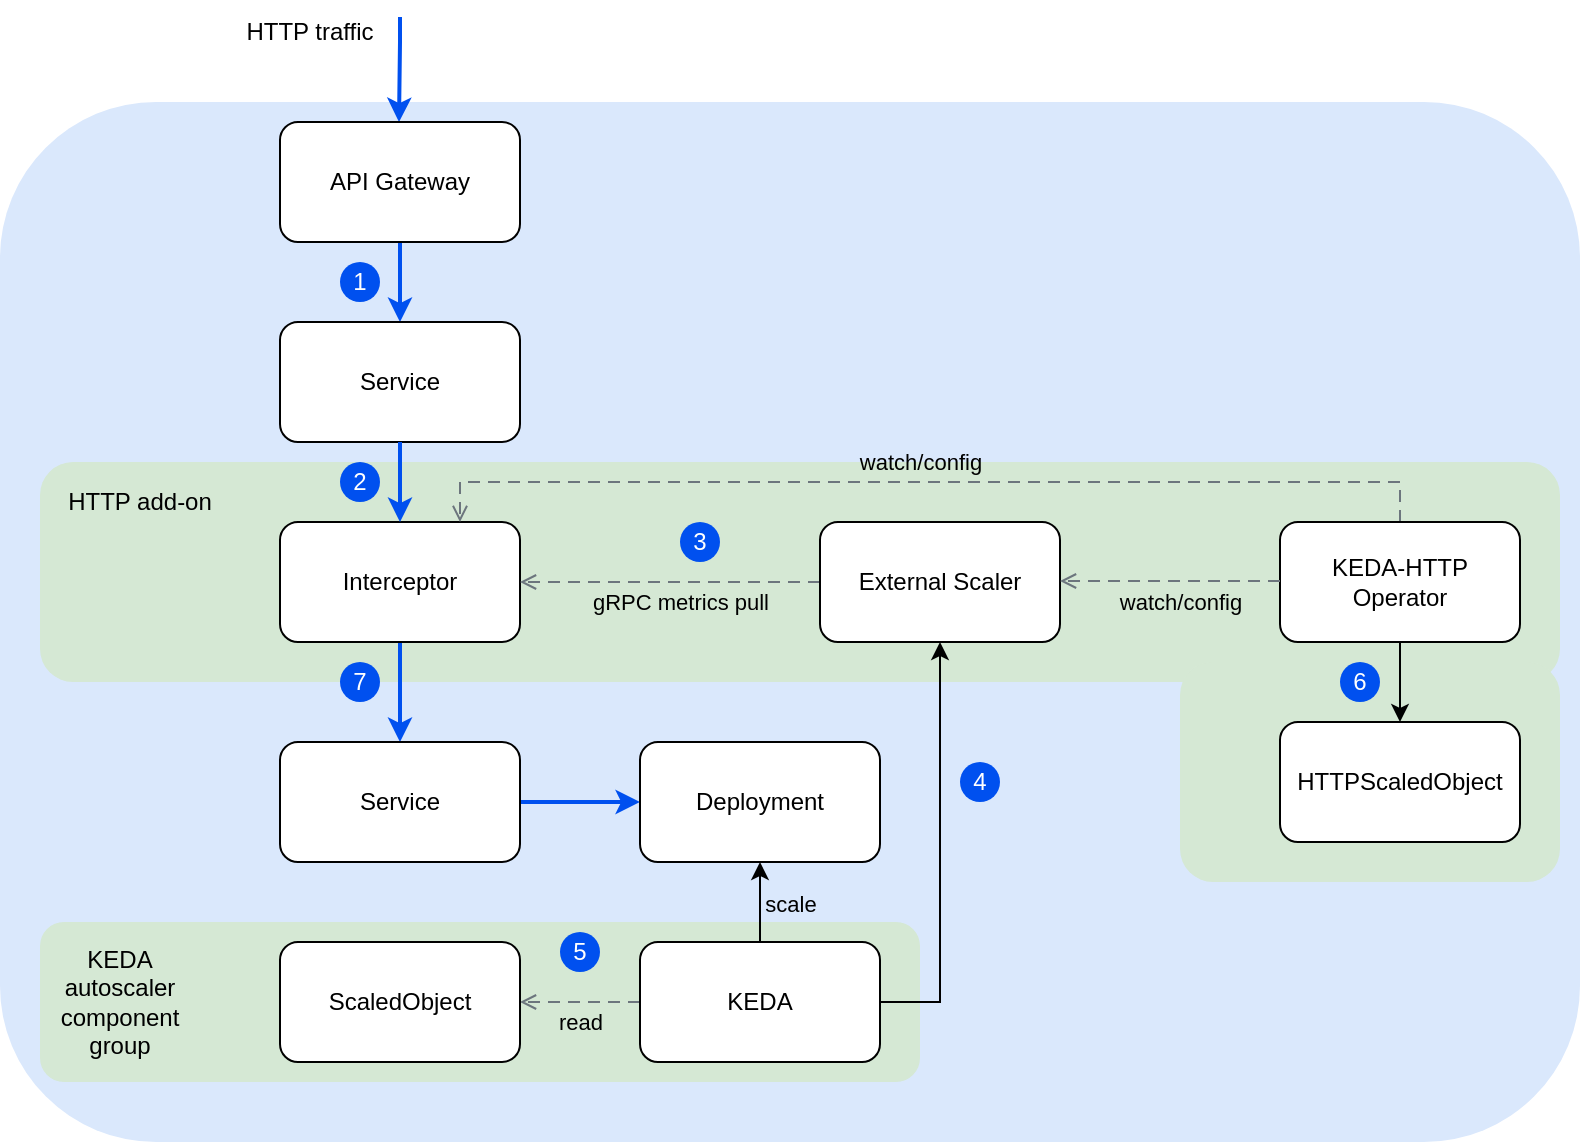
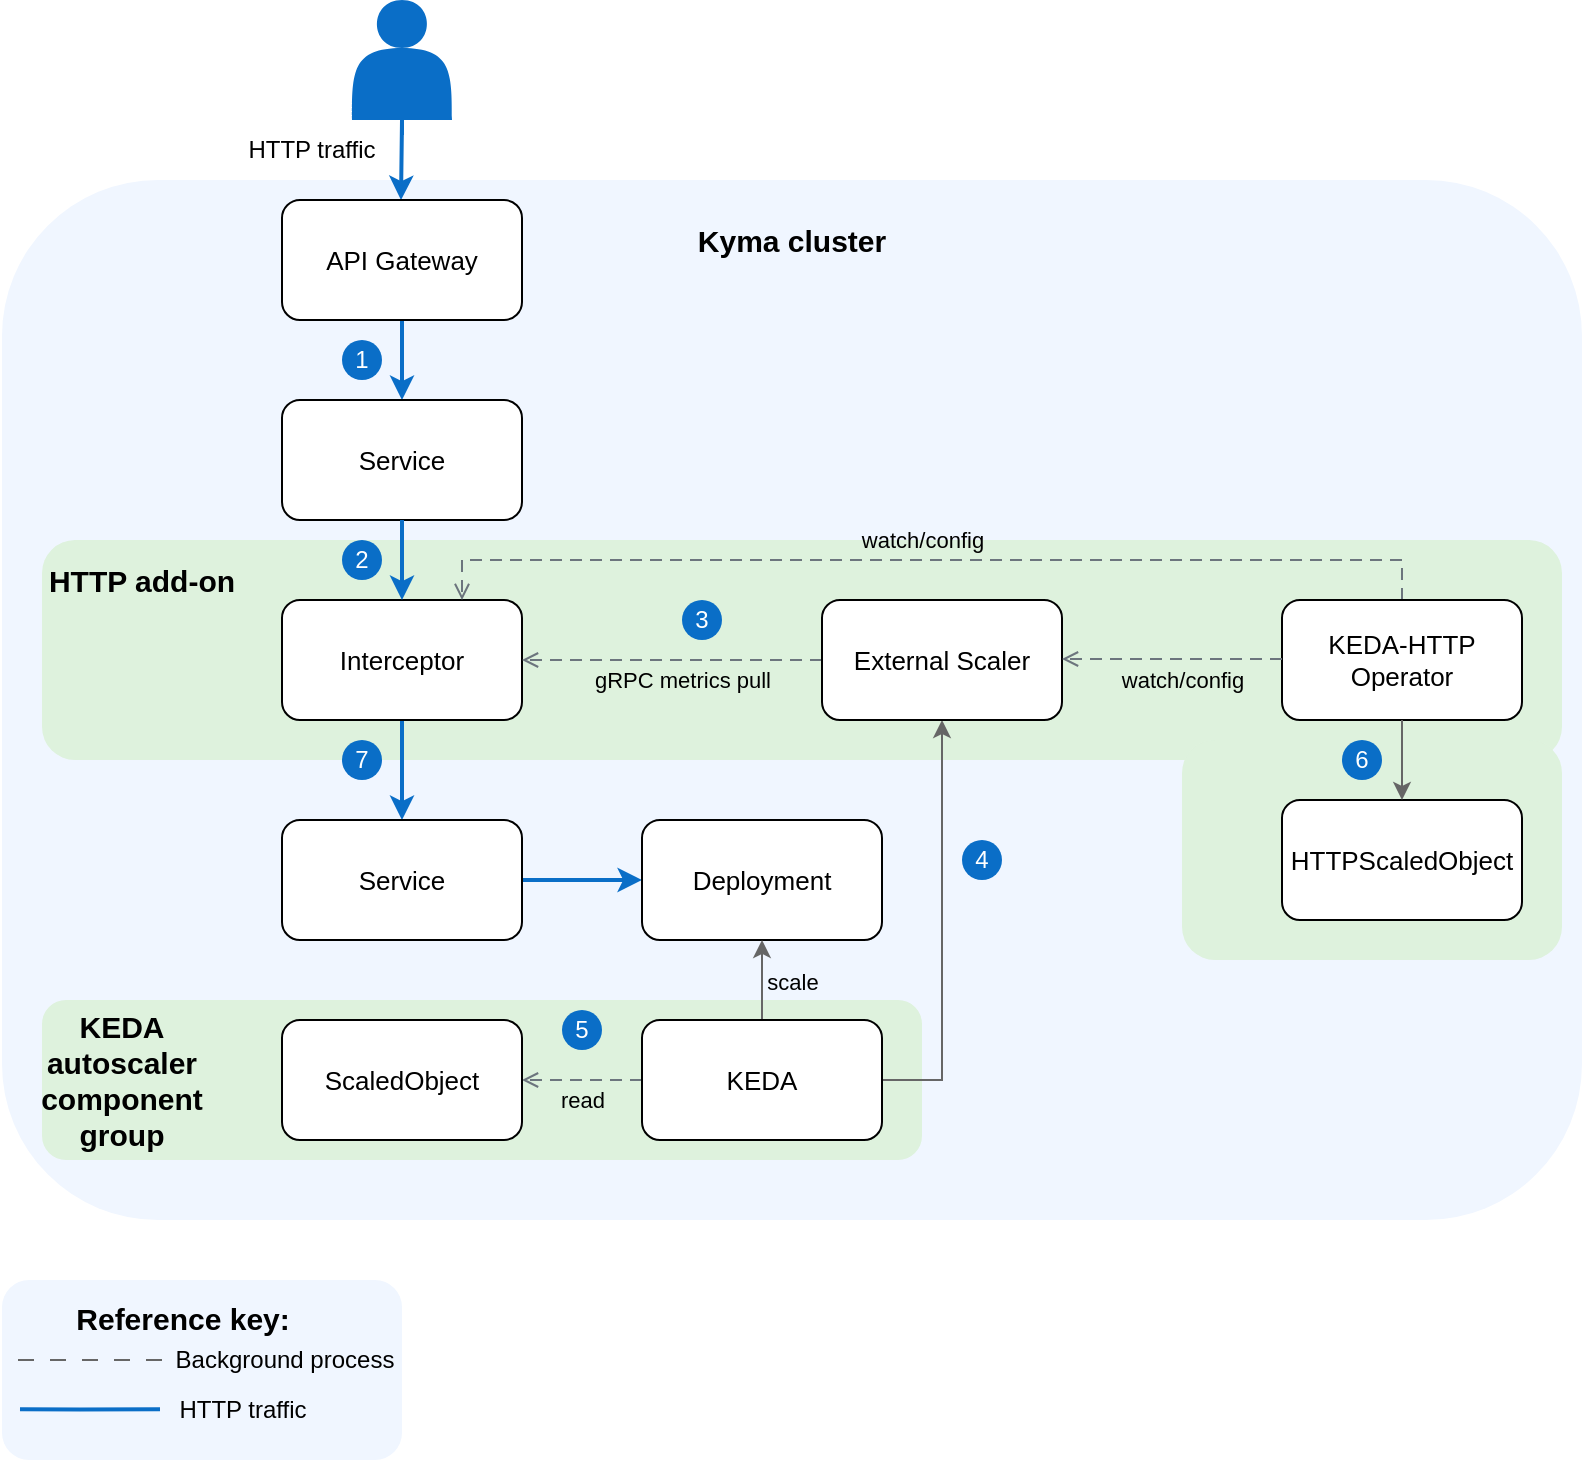
<mxfile host="app.diagrams.net" agent="Mozilla/5.0 (Macintosh; Intel Mac OS X 10_15_7) AppleWebKit/537.36 (KHTML, like Gecko) Chrome/146.0.0.0 Safari/537.36">
  <diagram name="Strona-1" id="PCwKYs7Am_7MhhhAlRCN">
-     <mxGraphModel dx="1222" dy="743" grid="1" gridSize="10" guides="1" tooltips="1" connect="1" arrows="1" fold="1" page="1" pageScale="1" pageWidth="827" pageHeight="1169" background="light-dark(#FFFFFF,#FFFFFF)" math="0" shadow="0">
+     <mxGraphModel dx="1278" dy="782" grid="1" gridSize="10" guides="1" tooltips="1" connect="1" arrows="1" fold="1" page="1" pageScale="1" pageWidth="827" pageHeight="1169" background="light-dark(#FFFFFF,#FFFFFF)" math="0" shadow="0">
      <root>
        <mxCell id="0" />
        <mxCell id="1" parent="0" />
-         <mxCell id="-FwIGx8wEyZmMaV0u51Y-1" parent="1" style="rounded=1;whiteSpace=wrap;html=1;strokeColor=none;fillColor=#dae8fc;" value="" vertex="1">
+         <mxCell id="-FwIGx8wEyZmMaV0u51Y-1" parent="1" style="rounded=1;whiteSpace=wrap;html=1;strokeColor=none;fillColor=#F0F6FF;" value="" vertex="1">
          <mxGeometry height="520" width="790" x="370" y="150" as="geometry" />
        </mxCell>
-         <mxCell id="-FwIGx8wEyZmMaV0u51Y-2" edge="1" parent="1" source="-FwIGx8wEyZmMaV0u51Y-3" style="edgeStyle=orthogonalEdgeStyle;rounded=0;orthogonalLoop=1;jettySize=auto;html=1;endArrow=classic;strokeWidth=2;strokeColor=#0050ef;exitX=1;exitY=0.25;exitDx=0;exitDy=0;" value="">
+         <mxCell id="-FwIGx8wEyZmMaV0u51Y-2" edge="1" parent="1" source="-FwIGx8wEyZmMaV0u51Y-3" style="edgeStyle=orthogonalEdgeStyle;rounded=0;orthogonalLoop=1;jettySize=auto;html=1;endArrow=classic;strokeWidth=2;strokeColor=#0A6EC7;exitX=1;exitY=0.25;exitDx=0;exitDy=0;" value="">
          <mxGeometry height="50" relative="1" width="50" as="geometry">
            <Array as="points">
              <mxPoint x="570" y="120" />
            </Array>
            <mxPoint x="570" y="80" as="sourcePoint" />
            <mxPoint x="569.5" y="160" as="targetPoint" />
          </mxGeometry>
        </mxCell>
        <mxCell id="-FwIGx8wEyZmMaV0u51Y-3" parent="1" style="text;html=1;whiteSpace=wrap;strokeColor=none;fillColor=none;align=center;verticalAlign=middle;rounded=0;" value="HTTP traffic" vertex="1">
-           <mxGeometry height="30" width="90" x="480" y="100" as="geometry" />
-         </mxCell>
-         <mxCell id="-FwIGx8wEyZmMaV0u51Y-6" edge="1" parent="1" source="-FwIGx8wEyZmMaV0u51Y-4" style="edgeStyle=orthogonalEdgeStyle;rounded=0;orthogonalLoop=1;jettySize=auto;html=1;endArrow=classic;strokeWidth=2;strokeColor=#0050ef;" target="-FwIGx8wEyZmMaV0u51Y-5" value="">
-           <mxGeometry relative="1" as="geometry" />
-         </mxCell>
-         <mxCell id="-FwIGx8wEyZmMaV0u51Y-4" parent="1" style="rounded=1;whiteSpace=wrap;html=1;" value="API Gateway" vertex="1">
+           <mxGeometry height="30" width="90" x="480" y="120" as="geometry" />
+         </mxCell>
+         <mxCell id="-FwIGx8wEyZmMaV0u51Y-6" edge="1" parent="1" source="-FwIGx8wEyZmMaV0u51Y-4" style="edgeStyle=orthogonalEdgeStyle;rounded=0;orthogonalLoop=1;jettySize=auto;html=1;endArrow=classic;strokeWidth=2;strokeColor=#0A6EC7;" target="-FwIGx8wEyZmMaV0u51Y-5" value="">
+           <mxGeometry relative="1" as="geometry" />
+         </mxCell>
+         <mxCell id="-FwIGx8wEyZmMaV0u51Y-4" parent="1" style="rounded=1;whiteSpace=wrap;html=1;fontSize=13;" value="API Gateway" vertex="1">
          <mxGeometry height="60" width="120" x="510" y="160" as="geometry" />
        </mxCell>
-         <mxCell id="-FwIGx8wEyZmMaV0u51Y-5" parent="1" style="whiteSpace=wrap;html=1;rounded=1;" value="Service" vertex="1">
+         <mxCell id="-FwIGx8wEyZmMaV0u51Y-5" parent="1" style="whiteSpace=wrap;html=1;rounded=1;fontSize=13;" value="Service" vertex="1">
          <mxGeometry height="60" width="120" x="510" y="260" as="geometry" />
        </mxCell>
-         <mxCell id="Bv20FZ85d_FOa0_xKQUy-4" parent="1" style="rounded=1;whiteSpace=wrap;html=1;fillColor=#d5e8d4;strokeColor=none;imageAspect=1;backgroundOutline=0;" value="" vertex="1">
+         <mxCell id="Bv20FZ85d_FOa0_xKQUy-4" parent="1" style="rounded=1;whiteSpace=wrap;html=1;fillColor=#DEF2DD;strokeColor=none;imageAspect=1;backgroundOutline=0;" value="" vertex="1">
          <mxGeometry height="110" width="760" x="390" y="330" as="geometry" />
        </mxCell>
-         <mxCell id="Bv20FZ85d_FOa0_xKQUy-5" parent="1" style="text;html=1;whiteSpace=wrap;strokeColor=none;fillColor=none;align=center;verticalAlign=middle;rounded=0;" value="HTTP add-on" vertex="1">
+         <mxCell id="Bv20FZ85d_FOa0_xKQUy-5" parent="1" style="text;html=1;whiteSpace=wrap;strokeColor=none;fillColor=none;align=center;verticalAlign=middle;rounded=0;fontSize=15;fontStyle=1" value="HTTP add-on" vertex="1">
          <mxGeometry height="20" width="110" x="385" y="340" as="geometry" />
        </mxCell>
-         <mxCell id="-FwIGx8wEyZmMaV0u51Y-10" edge="1" parent="1" source="-FwIGx8wEyZmMaV0u51Y-7" style="edgeStyle=orthogonalEdgeStyle;rounded=0;orthogonalLoop=1;jettySize=auto;html=1;endArrow=classic;strokeWidth=2;strokeColor=#0050ef;" target="-FwIGx8wEyZmMaV0u51Y-9" value="">
-           <mxGeometry relative="1" as="geometry" />
-         </mxCell>
-         <mxCell id="-FwIGx8wEyZmMaV0u51Y-7" parent="1" style="whiteSpace=wrap;html=1;rounded=1;" value="Interceptor" vertex="1">
+         <mxCell id="-FwIGx8wEyZmMaV0u51Y-10" edge="1" parent="1" source="-FwIGx8wEyZmMaV0u51Y-7" style="edgeStyle=orthogonalEdgeStyle;rounded=0;orthogonalLoop=1;jettySize=auto;html=1;endArrow=classic;strokeWidth=2;strokeColor=#0A6EC7;" target="-FwIGx8wEyZmMaV0u51Y-9" value="">
+           <mxGeometry relative="1" as="geometry" />
+         </mxCell>
+         <mxCell id="-FwIGx8wEyZmMaV0u51Y-7" parent="1" style="whiteSpace=wrap;html=1;rounded=1;fontSize=13;" value="Interceptor" vertex="1">
          <mxGeometry height="60" width="120" x="510" y="360" as="geometry" />
        </mxCell>
-         <mxCell id="-FwIGx8wEyZmMaV0u51Y-12" edge="1" parent="1" source="-FwIGx8wEyZmMaV0u51Y-9" style="edgeStyle=orthogonalEdgeStyle;rounded=0;orthogonalLoop=1;jettySize=auto;html=1;endArrow=classic;strokeWidth=2;strokeColor=#0050ef;" target="-FwIGx8wEyZmMaV0u51Y-11" value="">
-           <mxGeometry relative="1" as="geometry" />
-         </mxCell>
-         <mxCell id="-FwIGx8wEyZmMaV0u51Y-9" parent="1" style="whiteSpace=wrap;html=1;rounded=1;" value="Service" vertex="1">
+         <mxCell id="-FwIGx8wEyZmMaV0u51Y-12" edge="1" parent="1" source="-FwIGx8wEyZmMaV0u51Y-9" style="edgeStyle=orthogonalEdgeStyle;rounded=0;orthogonalLoop=1;jettySize=auto;html=1;endArrow=classic;strokeWidth=2;strokeColor=#0A6EC7;" target="-FwIGx8wEyZmMaV0u51Y-11" value="">
+           <mxGeometry relative="1" as="geometry" />
+         </mxCell>
+         <mxCell id="-FwIGx8wEyZmMaV0u51Y-9" parent="1" style="whiteSpace=wrap;html=1;rounded=1;fontSize=13;" value="Service" vertex="1">
          <mxGeometry height="60" width="120" x="510" y="470" as="geometry" />
        </mxCell>
-         <mxCell id="-FwIGx8wEyZmMaV0u51Y-11" parent="1" style="whiteSpace=wrap;html=1;rounded=1;" value="Deployment" vertex="1">
+         <mxCell id="-FwIGx8wEyZmMaV0u51Y-11" parent="1" style="whiteSpace=wrap;html=1;rounded=1;fontSize=13;" value="Deployment" vertex="1">
          <mxGeometry height="60" width="120" x="690" y="470" as="geometry" />
        </mxCell>
-         <mxCell id="-FwIGx8wEyZmMaV0u51Y-13" parent="1" style="rounded=1;whiteSpace=wrap;html=1;fillColor=#d5e8d4;strokeColor=none;imageAspect=1;backgroundOutline=0;" value="" vertex="1">
+         <mxCell id="-FwIGx8wEyZmMaV0u51Y-13" parent="1" style="rounded=1;whiteSpace=wrap;html=1;fillColor=#DEF2DD;strokeColor=none;imageAspect=1;backgroundOutline=0;" value="" vertex="1">
          <mxGeometry height="80" width="440" x="390" y="560" as="geometry" />
        </mxCell>
-         <mxCell id="-FwIGx8wEyZmMaV0u51Y-14" parent="1" style="text;html=1;whiteSpace=wrap;strokeColor=none;fillColor=none;align=center;verticalAlign=middle;rounded=0;" value="KEDA autoscaler component group" vertex="1">
+         <mxCell id="-FwIGx8wEyZmMaV0u51Y-14" parent="1" style="text;html=1;whiteSpace=wrap;strokeColor=none;fillColor=none;align=center;verticalAlign=middle;rounded=0;fontSize=15;fontStyle=1" value="KEDA autoscaler component group" vertex="1">
          <mxGeometry height="30" width="60" x="400" y="585" as="geometry" />
        </mxCell>
-         <mxCell id="-FwIGx8wEyZmMaV0u51Y-17" edge="1" parent="1" source="-FwIGx8wEyZmMaV0u51Y-15" style="edgeStyle=orthogonalEdgeStyle;rounded=0;orthogonalLoop=1;jettySize=auto;html=1;" target="-FwIGx8wEyZmMaV0u51Y-11" value="">
+         <mxCell id="-FwIGx8wEyZmMaV0u51Y-17" edge="1" parent="1" source="-FwIGx8wEyZmMaV0u51Y-15" style="edgeStyle=orthogonalEdgeStyle;rounded=0;orthogonalLoop=1;jettySize=auto;html=1;strokeColor=#666666;" target="-FwIGx8wEyZmMaV0u51Y-11" value="">
          <mxGeometry relative="1" as="geometry" />
        </mxCell>
        <mxCell id="lSEiP_iodcMeooCggjgw-21" connectable="0" parent="-FwIGx8wEyZmMaV0u51Y-17" style="edgeLabel;html=1;align=center;verticalAlign=middle;resizable=0;points=[];labelBackgroundColor=none;" value="scale" vertex="1">
          <mxGeometry relative="1" x="-0.05" y="-1" as="geometry">
            <mxPoint x="14" as="offset" />
          </mxGeometry>
        </mxCell>
        <mxCell id="-FwIGx8wEyZmMaV0u51Y-18" edge="1" parent="1" source="-FwIGx8wEyZmMaV0u51Y-15" style="edgeStyle=orthogonalEdgeStyle;rounded=0;orthogonalLoop=1;jettySize=auto;html=1;dashed=1;dashPattern=6 4;strokeColor=light-dark(#6c757d, #ededed);endArrow=open;endFill=0;" target="-FwIGx8wEyZmMaV0u51Y-16" value="">
          <mxGeometry relative="1" as="geometry" />
        </mxCell>
        <mxCell id="lSEiP_iodcMeooCggjgw-20" connectable="0" parent="-FwIGx8wEyZmMaV0u51Y-18" style="edgeLabel;html=1;align=center;verticalAlign=middle;resizable=0;points=[];labelBackgroundColor=none;" value="read" vertex="1">
          <mxGeometry relative="1" x="0.0111" y="-1" as="geometry">
            <mxPoint y="11" as="offset" />
          </mxGeometry>
        </mxCell>
-         <mxCell id="-FwIGx8wEyZmMaV0u51Y-26" edge="1" parent="1" style="edgeStyle=orthogonalEdgeStyle;rounded=0;orthogonalLoop=1;jettySize=auto;html=1;" target="-FwIGx8wEyZmMaV0u51Y-23" value="">
+         <mxCell id="-FwIGx8wEyZmMaV0u51Y-26" edge="1" parent="1" style="edgeStyle=orthogonalEdgeStyle;rounded=0;orthogonalLoop=1;jettySize=auto;html=1;strokeColor=#666666;" target="-FwIGx8wEyZmMaV0u51Y-23" value="">
          <mxGeometry relative="1" as="geometry">
            <Array as="points">
              <mxPoint x="840" y="600" />
            </Array>
            <mxPoint x="780" y="600" as="sourcePoint" />
            <mxPoint x="900" y="450" as="targetPoint" />
          </mxGeometry>
        </mxCell>
-         <mxCell id="-FwIGx8wEyZmMaV0u51Y-15" parent="1" style="rounded=1;whiteSpace=wrap;html=1;" value="KEDA" vertex="1">
+         <mxCell id="-FwIGx8wEyZmMaV0u51Y-15" parent="1" style="rounded=1;whiteSpace=wrap;html=1;fontSize=13;" value="KEDA" vertex="1">
          <mxGeometry height="60" width="120" x="690" y="570" as="geometry" />
        </mxCell>
-         <mxCell id="-FwIGx8wEyZmMaV0u51Y-16" parent="1" style="rounded=1;whiteSpace=wrap;html=1;" value="ScaledObject" vertex="1">
+         <mxCell id="-FwIGx8wEyZmMaV0u51Y-16" parent="1" style="rounded=1;whiteSpace=wrap;html=1;fontSize=13;" value="ScaledObject" vertex="1">
          <mxGeometry height="60" width="120" x="510" y="570" as="geometry" />
        </mxCell>
        <mxCell id="-FwIGx8wEyZmMaV0u51Y-21" edge="1" parent="1" style="edgeStyle=orthogonalEdgeStyle;rounded=0;orthogonalLoop=1;jettySize=auto;html=1;dashed=1;dashPattern=6 4;strokeColor=#6c757d;strokeWidth=1;endArrow=open;entryX=0.75;entryY=0;entryDx=0;entryDy=0;labelBackgroundColor=none;" target="-FwIGx8wEyZmMaV0u51Y-7" value="watch/config">
          <mxGeometry relative="1" x="0.0196" y="-10" as="geometry">
            <mxPoint as="offset" />
            <Array as="points">
              <mxPoint x="1070" y="340" />
              <mxPoint x="600" y="340" />
            </Array>
            <mxPoint x="1070" y="360" as="sourcePoint" />
            <mxPoint x="680" y="340" as="targetPoint" />
          </mxGeometry>
        </mxCell>
-         <mxCell id="-FwIGx8wEyZmMaV0u51Y-19" parent="1" style="rounded=1;whiteSpace=wrap;html=1;" value="KEDA-HTTP&lt;br&gt;Operator" vertex="1">
+         <mxCell id="-FwIGx8wEyZmMaV0u51Y-19" parent="1" style="rounded=1;whiteSpace=wrap;html=1;fontSize=13;" value="KEDA-HTTP&lt;br&gt;Operator" vertex="1">
          <mxGeometry height="60" width="120" x="1010" y="360" as="geometry" />
        </mxCell>
        <mxCell id="-FwIGx8wEyZmMaV0u51Y-24" edge="1" parent="1" source="-FwIGx8wEyZmMaV0u51Y-23" style="edgeStyle=orthogonalEdgeStyle;rounded=0;orthogonalLoop=1;jettySize=auto;html=1;dashed=1;dashPattern=6 4;strokeColor=#6c757d;strokeWidth=1;endArrow=open;entryX=1;entryY=0.5;entryDx=0;entryDy=0;fontColor=default;labelBackgroundColor=none;" target="-FwIGx8wEyZmMaV0u51Y-7" value="gRPC metrics pull">
          <mxGeometry relative="1" x="-0.0667" y="10" as="geometry">
            <mxPoint as="offset" />
          </mxGeometry>
        </mxCell>
-         <mxCell id="-FwIGx8wEyZmMaV0u51Y-23" parent="1" style="rounded=1;whiteSpace=wrap;html=1;" value="External Scaler" vertex="1">
+         <mxCell id="-FwIGx8wEyZmMaV0u51Y-23" parent="1" style="rounded=1;whiteSpace=wrap;html=1;fontSize=13;" value="External Scaler" vertex="1">
          <mxGeometry height="60" width="120" x="780" y="360" as="geometry" />
        </mxCell>
-         <mxCell id="-FwIGx8wEyZmMaV0u51Y-30" parent="1" style="ellipse;whiteSpace=wrap;html=1;aspect=fixed;fillColor=#0050ef;fontColor=#ffffff;strokeColor=none;" value="1" vertex="1">
+         <mxCell id="-FwIGx8wEyZmMaV0u51Y-30" parent="1" style="ellipse;whiteSpace=wrap;html=1;aspect=fixed;fillColor=#0A6EC7;fontColor=#ffffff;strokeColor=none;" value="1" vertex="1">
          <mxGeometry height="20" width="20" x="540" y="230" as="geometry" />
        </mxCell>
-         <mxCell id="-FwIGx8wEyZmMaV0u51Y-32" parent="1" style="ellipse;whiteSpace=wrap;html=1;aspect=fixed;fillColor=#0050ef;fontColor=#ffffff;strokeColor=none;" value="2" vertex="1">
+         <mxCell id="-FwIGx8wEyZmMaV0u51Y-32" parent="1" style="ellipse;whiteSpace=wrap;html=1;aspect=fixed;fillColor=#0A6EC7;fontColor=#ffffff;strokeColor=none;" value="2" vertex="1">
          <mxGeometry height="20" width="20" x="540" y="330" as="geometry" />
        </mxCell>
-         <mxCell id="-FwIGx8wEyZmMaV0u51Y-33" parent="1" style="ellipse;whiteSpace=wrap;html=1;aspect=fixed;fillColor=#0050ef;fontColor=#ffffff;strokeColor=none;" value="7" vertex="1">
+         <mxCell id="-FwIGx8wEyZmMaV0u51Y-33" parent="1" style="ellipse;whiteSpace=wrap;html=1;aspect=fixed;fillColor=#0A6EC7;fontColor=#ffffff;strokeColor=none;" value="7" vertex="1">
          <mxGeometry height="20" width="20" x="540" y="430" as="geometry" />
        </mxCell>
-         <mxCell id="-FwIGx8wEyZmMaV0u51Y-35" parent="1" style="ellipse;whiteSpace=wrap;html=1;aspect=fixed;fillColor=#0050ef;fontColor=#ffffff;strokeColor=none;" value="3" vertex="1">
+         <mxCell id="-FwIGx8wEyZmMaV0u51Y-35" parent="1" style="ellipse;whiteSpace=wrap;html=1;aspect=fixed;fillColor=#0A6EC7;fontColor=#ffffff;strokeColor=none;" value="3" vertex="1">
          <mxGeometry height="20" width="20" x="710" y="360" as="geometry" />
        </mxCell>
-         <mxCell id="-FwIGx8wEyZmMaV0u51Y-37" parent="1" style="ellipse;whiteSpace=wrap;html=1;aspect=fixed;fillColor=#0050ef;fontColor=#ffffff;strokeColor=none;" value="5" vertex="1">
+         <mxCell id="-FwIGx8wEyZmMaV0u51Y-37" parent="1" style="ellipse;whiteSpace=wrap;html=1;aspect=fixed;fillColor=#0A6EC7;fontColor=#ffffff;strokeColor=none;" value="5" vertex="1">
          <mxGeometry height="20" width="20" x="650" y="565" as="geometry" />
        </mxCell>
-         <mxCell id="-FwIGx8wEyZmMaV0u51Y-38" parent="1" style="ellipse;whiteSpace=wrap;html=1;aspect=fixed;fillColor=#0050ef;fontColor=#ffffff;strokeColor=none;" value="4" vertex="1">
+         <mxCell id="-FwIGx8wEyZmMaV0u51Y-38" parent="1" style="ellipse;whiteSpace=wrap;html=1;aspect=fixed;fillColor=#0A6EC7;fontColor=#ffffff;strokeColor=none;" value="4" vertex="1">
          <mxGeometry height="20" width="20" x="850" y="480" as="geometry" />
        </mxCell>
        <mxCell id="Bv20FZ85d_FOa0_xKQUy-3" edge="1" parent="1" style="edgeStyle=orthogonalEdgeStyle;rounded=0;orthogonalLoop=1;jettySize=auto;dashed=1;dashPattern=6 4;strokeColor=#6c757d;strokeWidth=1;endArrow=open;labelBackgroundColor=none;html=1;labelBorderColor=none;" value="watch/config">
          <mxGeometry relative="1" x="-0.0909" y="10" as="geometry">
            <mxPoint as="offset" />
            <Array as="points">
              <mxPoint x="1010" y="389.5" />
              <mxPoint x="1010" y="389.5" />
            </Array>
            <mxPoint x="1010" y="389.5" as="sourcePoint" />
            <mxPoint x="900" y="389.5" as="targetPoint" />
          </mxGeometry>
        </mxCell>
-         <mxCell id="lSEiP_iodcMeooCggjgw-8" parent="1" style="rounded=1;whiteSpace=wrap;html=1;fillColor=#d5e8d4;strokeColor=none;" value="" vertex="1">
+         <mxCell id="lSEiP_iodcMeooCggjgw-8" parent="1" style="rounded=1;whiteSpace=wrap;html=1;fillColor=#DEF2DD;strokeColor=none;" value="" vertex="1">
          <mxGeometry height="110" width="190" x="960" y="430" as="geometry" />
        </mxCell>
-         <mxCell id="lSEiP_iodcMeooCggjgw-9" parent="1" style="rounded=1;whiteSpace=wrap;html=1;" value="HTTPScaledObject" vertex="1">
+         <mxCell id="lSEiP_iodcMeooCggjgw-9" parent="1" style="rounded=1;whiteSpace=wrap;html=1;fontSize=13;" value="HTTPScaledObject" vertex="1">
          <mxGeometry height="60" width="120" x="1010" y="460" as="geometry" />
        </mxCell>
-         <mxCell id="lSEiP_iodcMeooCggjgw-13" parent="1" style="ellipse;whiteSpace=wrap;html=1;aspect=fixed;fillColor=#0050ef;fontColor=#ffffff;strokeColor=none;" value="6" vertex="1">
+         <mxCell id="lSEiP_iodcMeooCggjgw-13" parent="1" style="ellipse;whiteSpace=wrap;html=1;aspect=fixed;fillColor=#0A6EC7;fontColor=#ffffff;strokeColor=none;" value="6" vertex="1">
          <mxGeometry height="20" width="20" x="1040" y="430" as="geometry" />
        </mxCell>
-         <mxCell id="lSEiP_iodcMeooCggjgw-15" edge="1" parent="1" source="-FwIGx8wEyZmMaV0u51Y-19" style="endArrow=classic;html=1;rounded=0;entryX=0.5;entryY=0;entryDx=0;entryDy=0;exitX=0.5;exitY=1;exitDx=0;exitDy=0;" target="lSEiP_iodcMeooCggjgw-9" value="">
+         <mxCell id="lSEiP_iodcMeooCggjgw-15" edge="1" parent="1" source="-FwIGx8wEyZmMaV0u51Y-19" style="endArrow=classic;html=1;rounded=0;entryX=0.5;entryY=0;entryDx=0;entryDy=0;exitX=0.5;exitY=1;exitDx=0;exitDy=0;strokeColor=#666666;" target="lSEiP_iodcMeooCggjgw-9" value="">
          <mxGeometry height="50" relative="1" width="50" as="geometry">
            <mxPoint x="1030" y="510" as="sourcePoint" />
            <mxPoint x="1080" y="460" as="targetPoint" />
          </mxGeometry>
        </mxCell>
-         <mxCell id="lSEiP_iodcMeooCggjgw-17" edge="1" parent="1" style="edgeStyle=orthogonalEdgeStyle;rounded=0;orthogonalLoop=1;jettySize=auto;html=1;endArrow=classic;strokeWidth=2;strokeColor=#0050ef;" value="">
+         <mxCell id="lSEiP_iodcMeooCggjgw-17" edge="1" parent="1" style="edgeStyle=orthogonalEdgeStyle;rounded=0;orthogonalLoop=1;jettySize=auto;html=1;endArrow=classic;strokeWidth=2;strokeColor=#0A6EC7;" value="">
          <mxGeometry relative="1" as="geometry">
            <Array as="points">
              <mxPoint x="570" y="320" />
              <mxPoint x="570" y="320" />
            </Array>
            <mxPoint x="570" y="340" as="sourcePoint" />
            <mxPoint x="570" y="360" as="targetPoint" />
          </mxGeometry>
+         </mxCell>
+         <mxCell id="5OCdd9hAHGRKszY7v_Nm-1" parent="1" style="shape=actor;whiteSpace=wrap;html=1;strokeColor=none;fillColor=light-dark(#0a6ec7, #ededed);" value="" vertex="1">
+           <mxGeometry height="60" width="50" x="545" y="60" as="geometry" />
+         </mxCell>
+         <mxCell id="5OCdd9hAHGRKszY7v_Nm-3" parent="1" style="text;html=1;whiteSpace=wrap;strokeColor=none;fillColor=none;align=center;verticalAlign=middle;rounded=0;fontSize=15;fontStyle=1" value="Kyma cluster" vertex="1">
+           <mxGeometry height="20" width="110" x="710" y="170" as="geometry" />
+         </mxCell>
+         <mxCell id="5OCdd9hAHGRKszY7v_Nm-4" parent="1" style="rounded=1;whiteSpace=wrap;html=1;strokeColor=none;fillColor=#F0F6FF;align=center;" value="" vertex="1">
+           <mxGeometry height="90" width="200" x="370" y="700" as="geometry" />
+         </mxCell>
+         <mxCell id="5OCdd9hAHGRKszY7v_Nm-5" edge="1" parent="1" style="edgeStyle=orthogonalEdgeStyle;rounded=0;orthogonalLoop=1;jettySize=auto;html=1;dashed=1;dashPattern=8 8;strokeColor=#666666;endArrow=none;endFill=0;fontSize=12;" value="">
+           <mxGeometry relative="1" as="geometry">
+             <Array as="points">
+               <mxPoint x="430" y="740" />
+               <mxPoint x="430" y="740" />
+             </Array>
+             <mxPoint x="450" y="740" as="sourcePoint" />
+             <mxPoint x="370" y="740" as="targetPoint" />
+           </mxGeometry>
+         </mxCell>
+         <mxCell id="5OCdd9hAHGRKszY7v_Nm-6" connectable="0" parent="5OCdd9hAHGRKszY7v_Nm-5" style="edgeLabel;html=1;align=center;verticalAlign=middle;resizable=0;points=[];labelBackgroundColor=none;" value="&lt;span style=&quot;font-size: 12px;&quot;&gt;Background process&lt;/span&gt;" vertex="1">
+           <mxGeometry relative="1" x="0.0111" y="-1" as="geometry">
+             <mxPoint x="101" y="1" as="offset" />
+           </mxGeometry>
+         </mxCell>
+         <mxCell id="5OCdd9hAHGRKszY7v_Nm-7" connectable="0" parent="1" style="edgeLabel;html=1;align=center;verticalAlign=middle;resizable=0;points=[];labelBackgroundColor=none;" value="&lt;b&gt;&lt;font style=&quot;font-size: 15px;&quot;&gt;Reference key:&lt;/font&gt;&lt;/b&gt;" vertex="1">
+           <mxGeometry x="460" y="760" as="geometry">
+             <mxPoint y="-41" as="offset" />
+           </mxGeometry>
+         </mxCell>
+         <mxCell id="5OCdd9hAHGRKszY7v_Nm-11" edge="1" parent="1" style="edgeStyle=orthogonalEdgeStyle;rounded=0;orthogonalLoop=1;jettySize=auto;html=1;endArrow=none;strokeWidth=2;strokeColor=#0A6EC7;endFill=0;" value="">
+           <mxGeometry relative="1" as="geometry">
+             <Array as="points">
+               <mxPoint x="409" y="764.66" />
+               <mxPoint x="409" y="764.66" />
+             </Array>
+             <mxPoint x="449" y="764.66" as="sourcePoint" />
+             <mxPoint x="379" y="764.66" as="targetPoint" />
+           </mxGeometry>
+         </mxCell>
+         <mxCell id="5OCdd9hAHGRKszY7v_Nm-12" connectable="0" parent="1" style="edgeLabel;html=1;align=center;verticalAlign=middle;resizable=0;points=[];labelBackgroundColor=none;" value="&lt;span style=&quot;font-size: 12px;&quot;&gt;HTTP traffic&lt;/span&gt;" vertex="1">
+           <mxGeometry x="490" y="765" as="geometry" />
        </mxCell>
      </root>
    </mxGraphModel>
  </diagram>
</mxfile>
